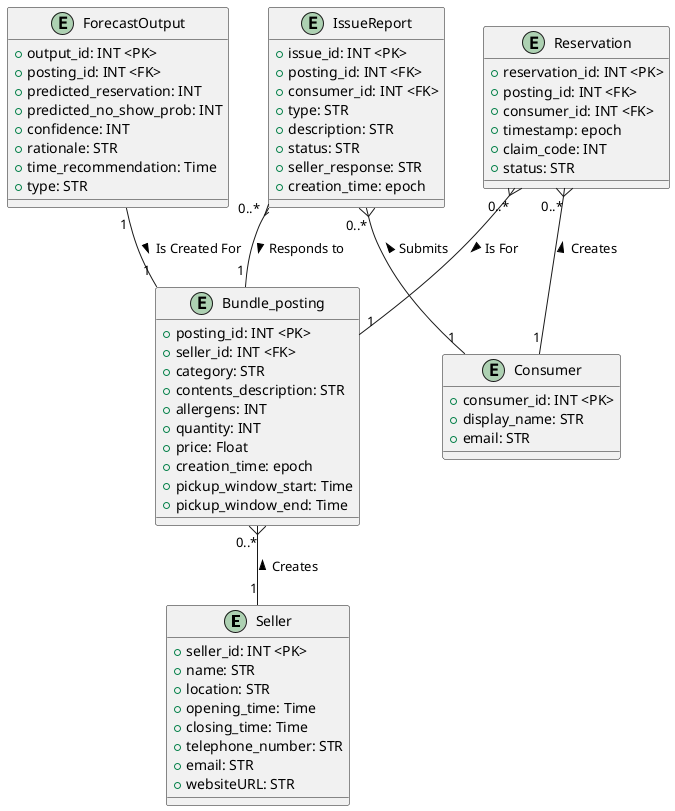
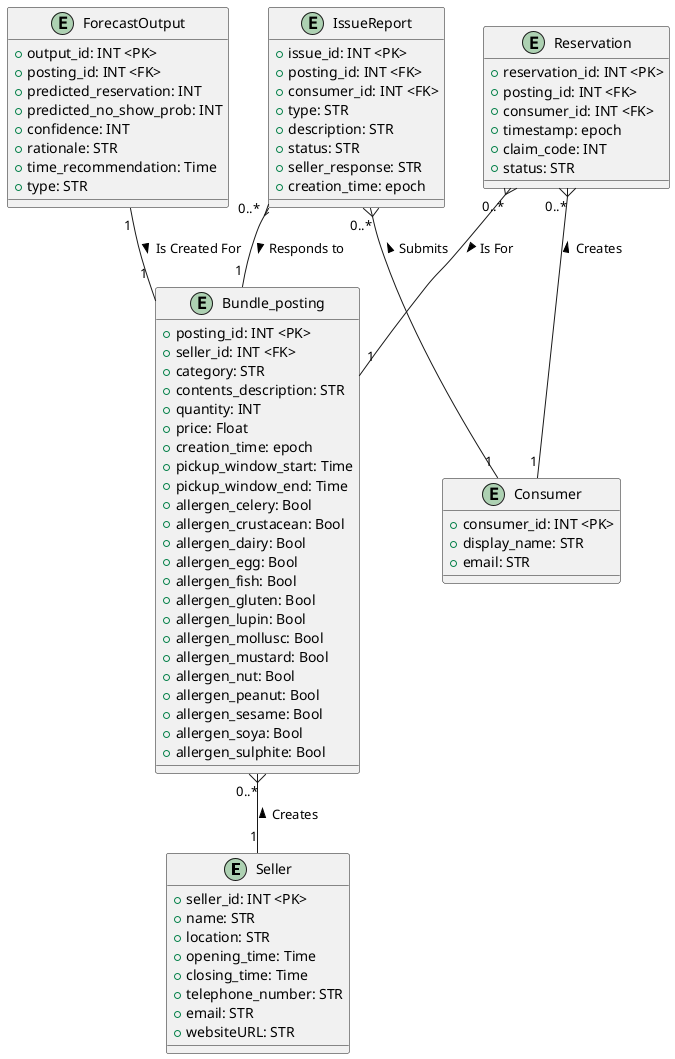
@startuml
entity Seller {
  +seller_id: INT <PK>
  +name: STR
  +location: STR
  +opening_time: Time
  +closing_time: Time
  +telephone_number: STR
  +email: STR
  +websiteURL: STR
}

entity Bundle_posting{
    +posting_id: INT <PK>
    +seller_id: INT <FK>
    +category: STR
    +contents_description: STR
-     +allergens: INT
    +quantity: INT
    +price: Float
    +creation_time: epoch
    +pickup_window_start: Time
    +pickup_window_end: Time
+     +allergen_celery: Bool
+     +allergen_crustacean: Bool
+     +allergen_dairy: Bool
+     +allergen_egg: Bool
+     +allergen_fish: Bool
+     +allergen_gluten: Bool
+     +allergen_lupin: Bool
+     +allergen_mollusc: Bool
+     +allergen_mustard: Bool
+     +allergen_nut: Bool
+     +allergen_peanut: Bool
+     +allergen_sesame: Bool
+     +allergen_soya: Bool
+     +allergen_sulphite: Bool
}

entity Reservation{
    +reservation_id: INT <PK>
    +posting_id: INT <FK>
    +consumer_id: INT <FK>
    +timestamp: epoch
    +claim_code: INT
    +status: STR
}
entity Consumer{
        +consumer_id: INT <PK>
        +display_name: STR
        +email: STR
}
entity IssueReport{
    +issue_id: INT <PK>
    +posting_id: INT <FK>
    +consumer_id: INT <FK>
    +type: STR
    +description: STR
    +status: STR
    +seller_response: STR
    +creation_time: epoch
}

entity ForecastOutput{
    +output_id: INT <PK>
    +posting_id: INT <FK>
    +predicted_reservation: INT
    +predicted_no_show_prob: INT
    +confidence: INT
    +rationale: STR
    +time_recommendation: Time
    +type: STR
}

Reservation "0..*" }-- "1" Consumer : Creates <
IssueReport "0..*" }-- "1" Consumer : Submits <
IssueReport "0..*" }-- "1" Bundle_posting : Responds to >
Reservation "0..*" }-- "1" Bundle_posting : Is For >
Bundle_posting "0..*" }-- "1" Seller : Creates <
ForecastOutput "1" -- "1" Bundle_posting : Is Created For >


@enduml